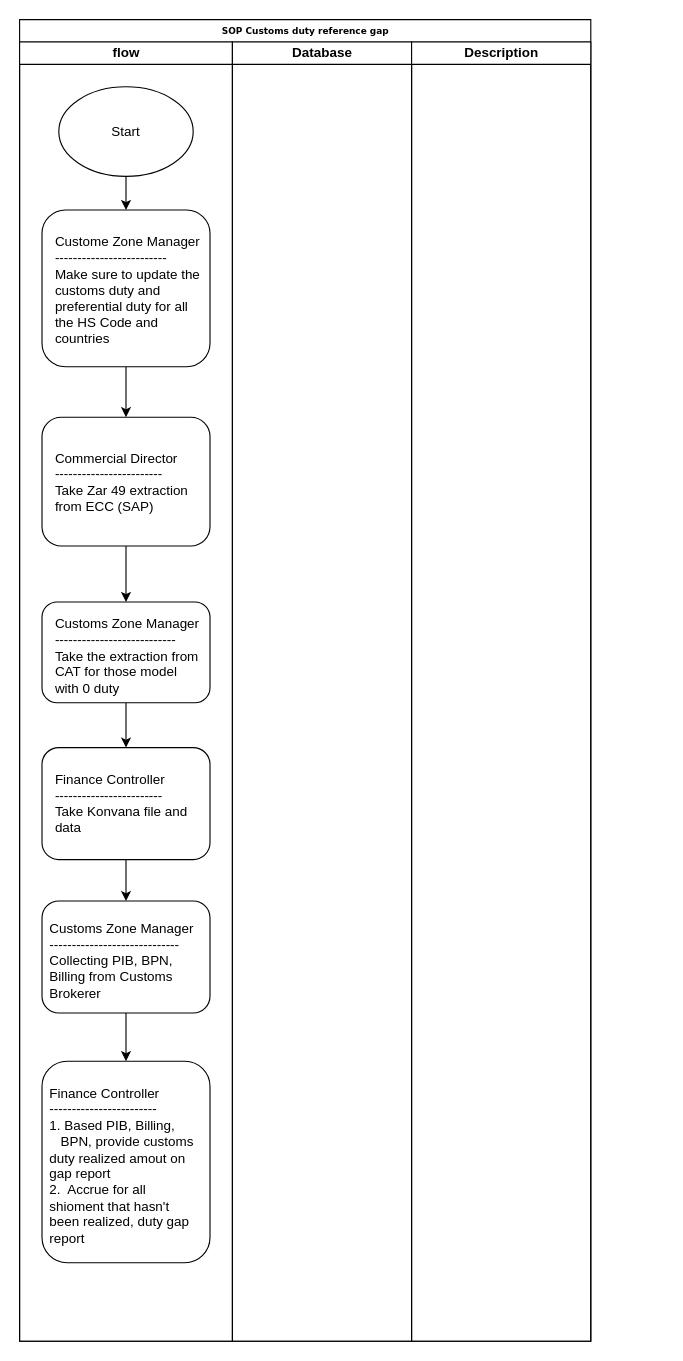
This is Untitled Diagram.drawio from IvanHabibi/test, a draw.io file, before an edit. Source tidied: cells renumbered, new cells numbered last; positions are measured from the earlier drawing's top-left corner, leaving out a move shared by most shapes. Both pictures are drawn from the tidied source at 112%, with x=0, y=0 at pixel (19, 19).
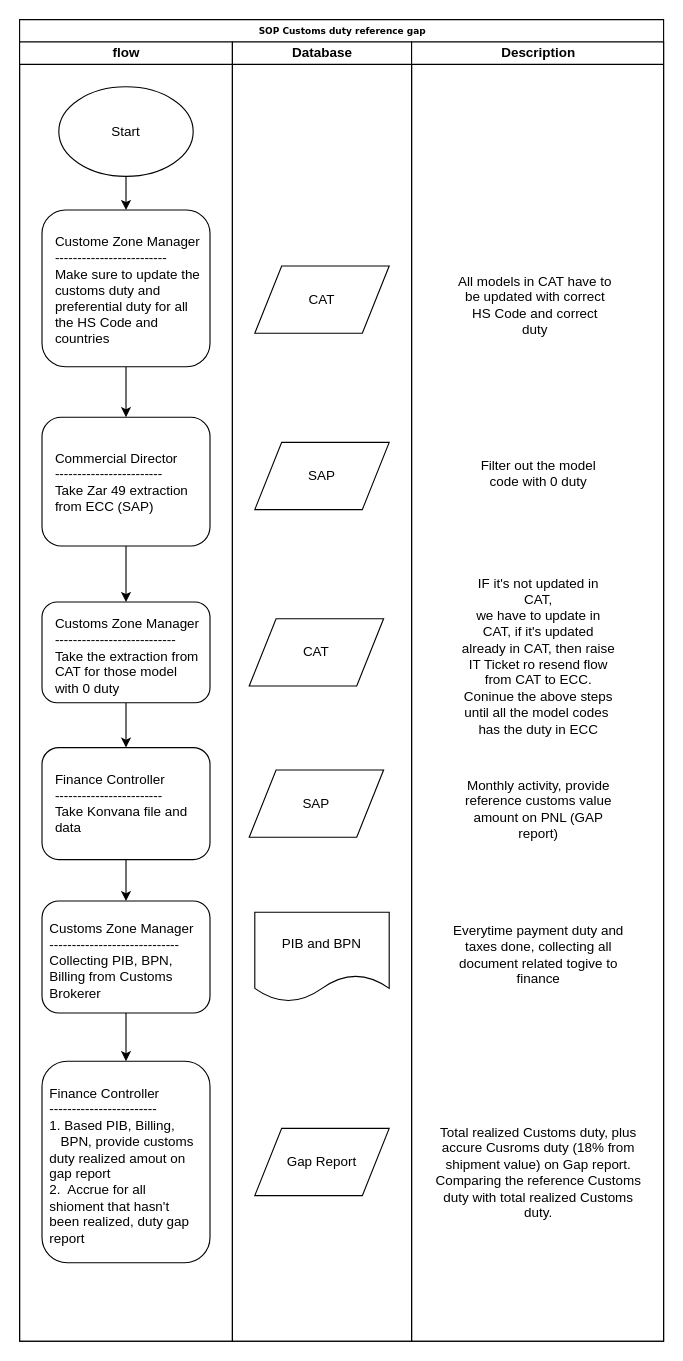
After the change.

The change refers to these unchanged cells:
```xml
<mxCell id="23" value="Database" style="swimlane;html=1;startSize=20;" parent="2" vertex="1">
  <mxGeometry x="190" y="20" width="160" height="1160" as="geometry" />
</mxCell>
```

What changed in the source:
```diff
@@
     <mxCell id="2" value="SOP Customs duty reference gap" style="swimlane;html=1;startSize=20;rounded=0;shadow=0;labelBackgroundColor=none;strokeWidth=1;fontFamily=Verdana;fontSize=8;align=center;" parent="1" vertex="1">
-      <mxGeometry width="510" height="1180" as="geometry" />
+      <mxGeometry width="575" height="1180" as="geometry" />
     </mxCell>
@@
+    <mxCell id="25" value="CAT" style="shape=parallelogram;perimeter=parallelogramPerimeter;whiteSpace=wrap;html=1;" parent="23" vertex="1">
+      <mxGeometry x="20" y="200" width="120" height="60" as="geometry" />
+    </mxCell>
+    <mxCell id="26" value="SAP" style="shape=parallelogram;perimeter=parallelogramPerimeter;whiteSpace=wrap;html=1;" parent="23" vertex="1">
+      <mxGeometry x="20" y="357.5" width="120" height="60" as="geometry" />
+    </mxCell>
+    <mxCell id="27" value="CAT" style="shape=parallelogram;perimeter=parallelogramPerimeter;whiteSpace=wrap;html=1;" parent="23" vertex="1">
+      <mxGeometry x="15" y="515" width="120" height="60" as="geometry" />
+    </mxCell>
+    <mxCell id="28" value="SAP" style="shape=parallelogram;perimeter=parallelogramPerimeter;whiteSpace=wrap;html=1;" parent="23" vertex="1">
+      <mxGeometry x="15" y="650" width="120" height="60" as="geometry" />
+    </mxCell>
+    <mxCell id="29" value="PIB and BPN" style="shape=document;whiteSpace=wrap;html=1;boundedLbl=1;" parent="23" vertex="1">
+      <mxGeometry x="20" y="777" width="120" height="80" as="geometry" />
+    </mxCell>
+    <mxCell id="30" value="Gap Report" style="shape=parallelogram;perimeter=parallelogramPerimeter;whiteSpace=wrap;html=1;" parent="23" vertex="1">
+      <mxGeometry x="20" y="970" width="120" height="60" as="geometry" />
+    </mxCell>
     <mxCell id="24" value="Description" style="swimlane;html=1;startSize=20;" parent="2" vertex="1">
-      <mxGeometry x="350" y="20" width="160" height="1160" as="geometry" />
+      <mxGeometry x="350" y="20" width="225" height="1160" as="geometry" />
     </mxCell>
+    <mxCell id="31" value="All models in CAT have to&#10;be updated with correct&#10;HS Code and correct&#10;duty" style="text;html=1;align=center;" parent="24" vertex="1">
+      <mxGeometry x="30" y="200" width="160" height="70" as="geometry" />
+    </mxCell>
+    <mxCell id="32" value="Filter out the model&#10;code with 0 duty" style="text;html=1;align=center;" parent="24" vertex="1">
+      <mxGeometry x="47.5" y="364.5" width="130" height="40" as="geometry" />
+    </mxCell>
+    <mxCell id="33" value="IF it's not updated in&#10;CAT,&#10;we have to update in&#10;CAT, if it's updated&#10;already in CAT, then raise&#10;IT Ticket ro resend flow&#10;from CAT to ECC.&#10;Coninue the above steps&#10;until all the model codes&amp;nbsp;&#10;has the duty in ECC" style="text;html=1;align=center;" parent="24" vertex="1">
+      <mxGeometry x="32.5" y="470" width="160" height="150" as="geometry" />
+    </mxCell>
+    <mxCell id="34" value="Monthly activity, provide&#10;reference customs value&#10;amount on PNL (GAP&#10;report)" style="text;html=1;align=center;" parent="24" vertex="1">
+      <mxGeometry x="32.5" y="650" width="160" height="70" as="geometry" />
+    </mxCell>
+    <mxCell id="35" value="Everytime payment duty and&#10;taxes done, collecting all&#10;document related togive to&#10;finance" style="text;html=1;align=center;" parent="24" vertex="1">
+      <mxGeometry x="22.5" y="780" width="180" height="70" as="geometry" />
+    </mxCell>
+    <mxCell id="36" value="Total realized Customs duty, plus&#10;accure Cusroms duty (18% from&#10;shipment value) on Gap report.&#10;Comparing the reference Customs&#10;duty with total realized Customs&#10;duty." style="text;html=1;align=center;" parent="24" vertex="1">
+      <mxGeometry x="7.5" y="960" width="210" height="100" as="geometry" />
+    </mxCell>
```
